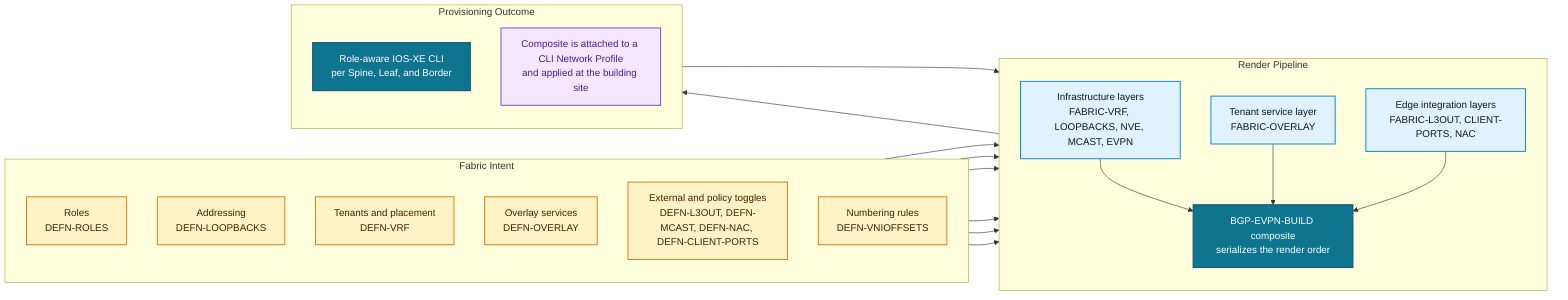
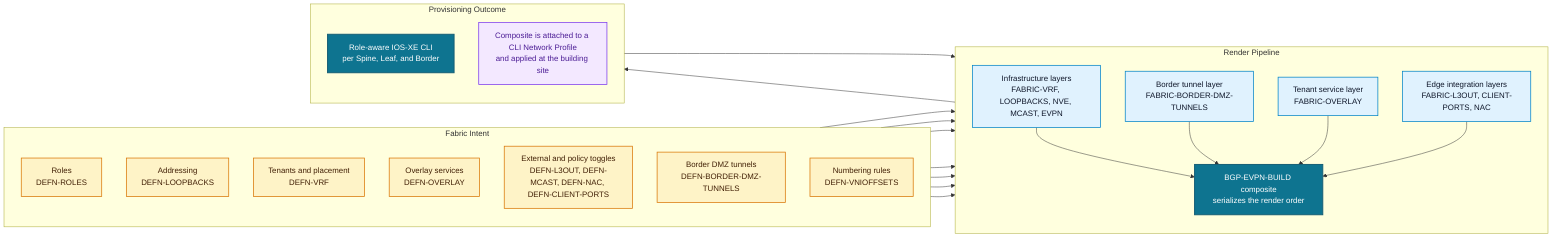
flowchart LR
  classDef intent fill:#FEF3C7,color:#422006,stroke:#D97706,stroke-width:1.5px;
  classDef pipeline fill:#E0F2FE,color:#0F172A,stroke:#0284C7,stroke-width:1.5px;
  classDef output fill:#0E7490,color:#FFFFFF,stroke:#155E75,stroke-width:2px;
  classDef note fill:#F3E8FF,color:#4C1D95,stroke:#7C3AED,stroke-width:1.5px;

  subgraph source["Fabric Intent"]
    direction TB
    roles["Roles\nDEFN-ROLES"]:::intent
    addr["Addressing\nDEFN-LOOPBACKS"]:::intent
    tenants["Tenants and placement\nDEFN-VRF"]:::intent
    services["Overlay services\nDEFN-OVERLAY"]:::intent
    edge["External and policy toggles\nDEFN-L3OUT, DEFN-MCAST, DEFN-NAC, DEFN-CLIENT-PORTS"]:::intent
+     tunnels["Border DMZ tunnels\nDEFN-BORDER-DMZ-TUNNELS"]:::intent
    vni["Numbering rules\nDEFN-VNIOFFSETS"]:::intent
  end

  subgraph render["Render Pipeline"]
    direction TB
    infra["Infrastructure layers\nFABRIC-VRF, LOOPBACKS, NVE, MCAST, EVPN"]:::pipeline
+     tunnelRender["Border tunnel layer\nFABRIC-BORDER-DMZ-TUNNELS"]:::pipeline
    edgeRender["Edge integration layers\nFABRIC-L3OUT, CLIENT-PORTS, NAC"]:::pipeline
    tenantRender["Tenant service layer\nFABRIC-OVERLAY"]:::pipeline
    composite["BGP-EVPN-BUILD composite\nserializes the render order"]:::output
  end

  subgraph result["Provisioning Outcome"]
    direction TB
    roleAware["Role-aware IOS-XE CLI\nper Spine, Leaf, and Border"]:::output
    siteAttach["Composite is attached to a CLI Network Profile\nand applied at the building site"]:::note
  end

  roles --> infra
  addr --> infra
  tenants --> infra
  services --> tenantRender
  edge --> edgeRender
+   tunnels --> tunnelRender
  vni --> infra

  infra --> composite
+   tunnelRender --> composite
  tenantRender --> composite
  edgeRender --> composite
  composite --> roleAware
  siteAttach --> composite